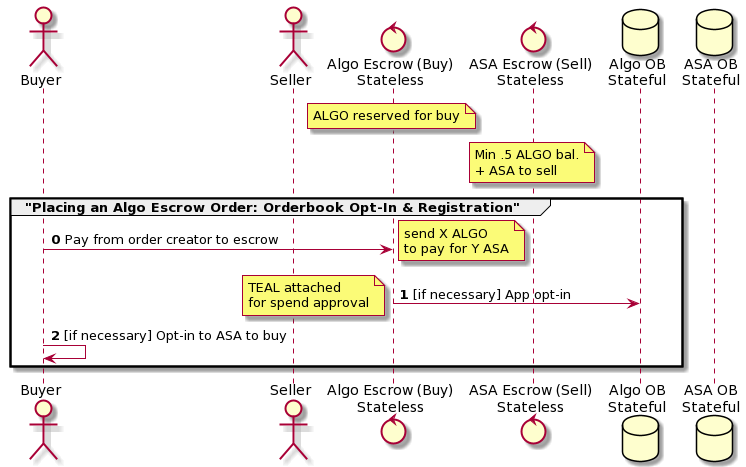
The PlantUML diagram diagrams/images/algo_escrow_place_order.png in algodex/algodex-architecture, before a commit. The source it was exported from:
```plantuml
@startuml
actor Buyer
actor Seller
control "Algo Escrow (Buy)\nStateless" as AlgoEscrow
control "ASA Escrow (Sell)\nStateless" as ASAEscrow
database "Algo OB\nStateful" as AlgoOB
database "ASA OB\nStateful" as ASAOB
note over AlgoEscrow: ALGO reserved for buy
note over ASAEscrow: Min .5 ALGO bal.\n+ ASA to sell

group "Placing an Algo Escrow Order: Orderbook Opt-In & Registration"
autonumber 0
Buyer -> AlgoEscrow: Pay from order creator to escrow
note right: send X ALGO\nto pay for Y ASA
AlgoEscrow -> AlgoOB: [if necessary] App opt-in
note left: TEAL attached\nfor spend approval
Buyer -> Buyer: [if necessary] Opt-in to ASA to buy
end
@enduml
```
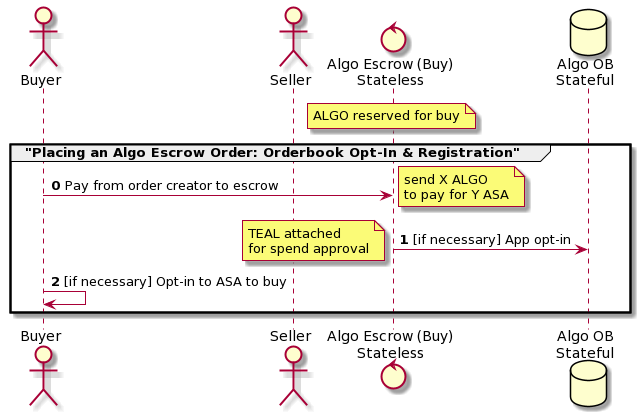
The same diagram one commit later.

Change to the diagram source:
```diff
@@ -2,11 +2,8 @@
 actor Buyer
 actor Seller
 control "Algo Escrow (Buy)\nStateless" as AlgoEscrow
-control "ASA Escrow (Sell)\nStateless" as ASAEscrow
 database "Algo OB\nStateful" as AlgoOB
-database "ASA OB\nStateful" as ASAOB
 note over AlgoEscrow: ALGO reserved for buy
-note over ASAEscrow: Min .5 ALGO bal.\n+ ASA to sell
 
 group "Placing an Algo Escrow Order: Orderbook Opt-In & Registration"
 autonumber 0
```
